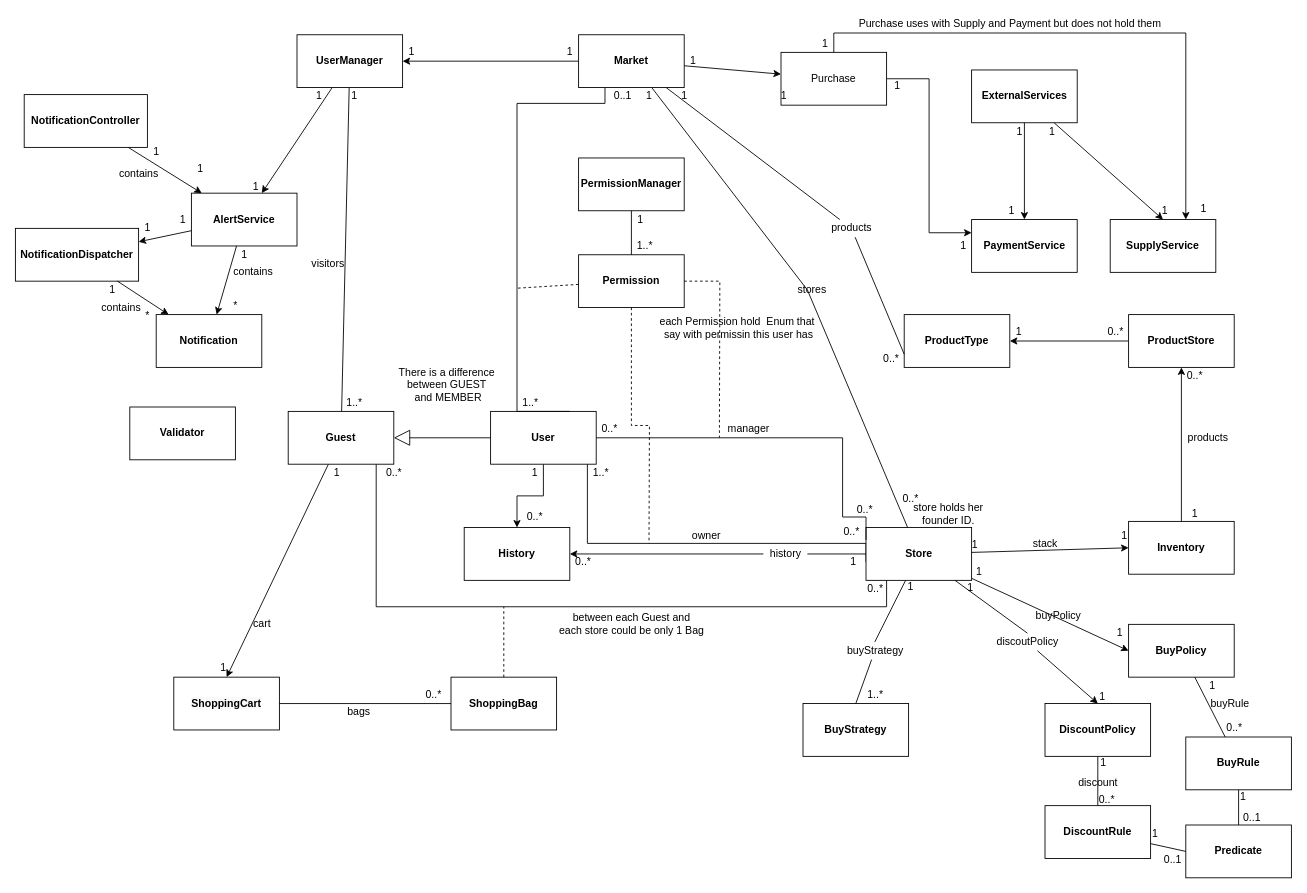
Earlier version of the draw.io diagram Files/version 2 - files/white diagram.drawio (Sadna-Market/Market). Source tidied: cells renumbered, new cells numbered last; positions are measured from the earlier drawing's top-left corner, leaving out a move shared by most shapes. Both pictures are drawn from the tidied source at 88%, with x=0, y=0 at pixel (15, 15).
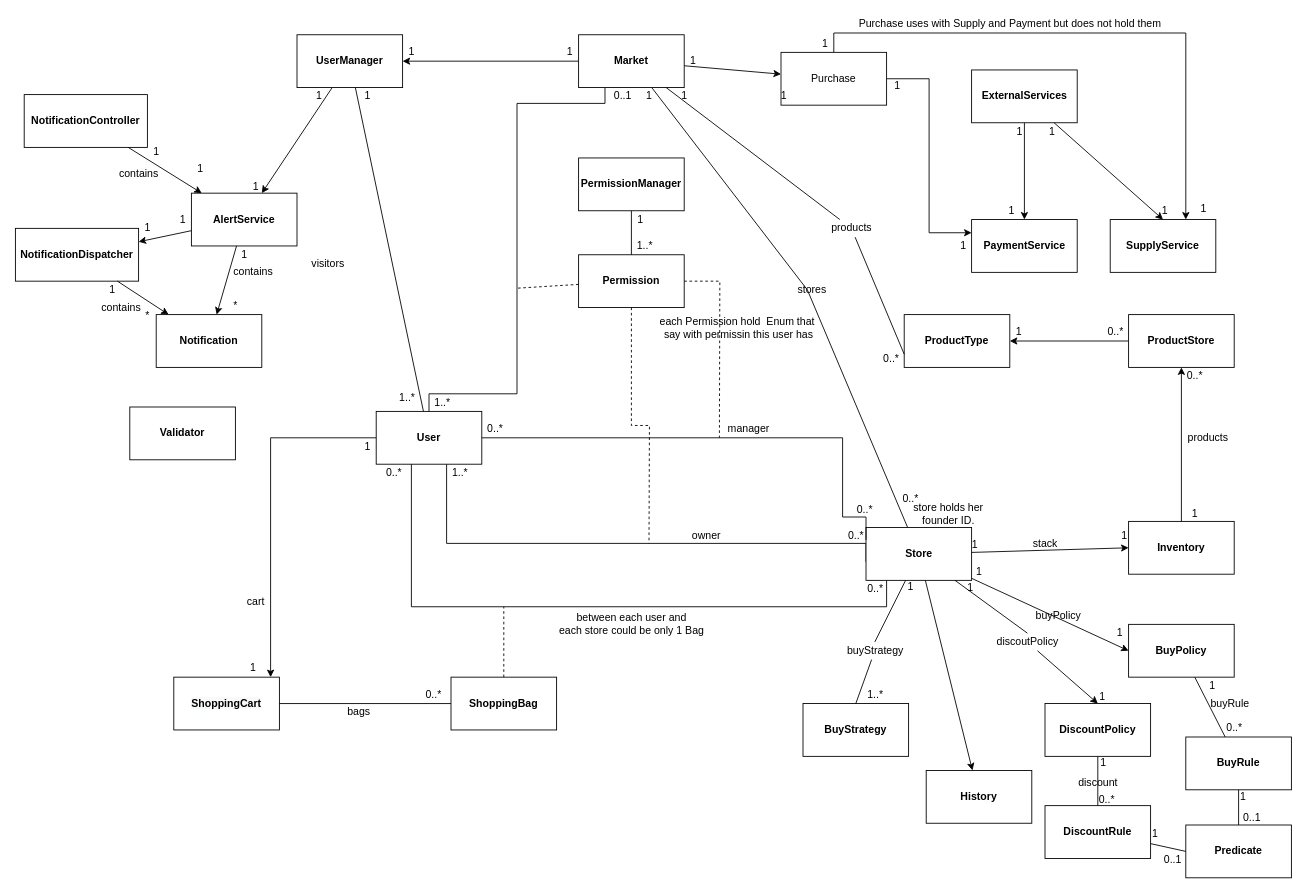
The same page after the edit.

Commit message (it also covers changes not shown here):
fixed white diagram

Unchanged cells that the change refers to:
```xml
<mxCell id="4" value="&lt;span style=&quot;font-weight: 700&quot;&gt;UserManager&lt;/span&gt;" style="rounded=0;whiteSpace=wrap;html=1;" parent="1" vertex="1">
  <mxGeometry x="320" y="22" width="120" height="60" as="geometry" />
</mxCell>
<mxCell id="9" value="&#10;&#10;&lt;span style=&quot;color: rgb(0, 0, 0); font-family: helvetica; font-size: 12px; font-style: normal; font-weight: 700; letter-spacing: normal; text-align: center; text-indent: 0px; text-transform: none; word-spacing: 0px; background-color: rgb(248, 249, 250); display: inline; float: none;&quot;&gt;ShoppingCart&lt;/span&gt;&#10;&#10;" style="rounded=0;whiteSpace=wrap;html=1;" parent="1" vertex="1">
  <mxGeometry x="180" y="752" width="120" height="60" as="geometry" />
</mxCell>
<mxCell id="12" value="&lt;span style=&quot;font-weight: 700&quot;&gt;Store&lt;/span&gt;" style="rounded=0;whiteSpace=wrap;html=1;" parent="1" vertex="1">
  <mxGeometry x="966.6" y="582" width="120" height="60" as="geometry" />
</mxCell>
<mxCell id="40" value="&lt;span style=&quot;font-weight: 700&quot;&gt;Market&lt;/span&gt;" style="rounded=0;whiteSpace=wrap;html=1;" parent="1" vertex="1">
  <mxGeometry x="640" y="22" width="120" height="60" as="geometry" />
</mxCell>
```

The edit, as a diff of the source:
```diff
@@
     <mxCell id="2" value="cart" style="text;html=1;align=center;verticalAlign=middle;" parent="1" vertex="1">
-      <mxGeometry x="260" y="682" width="40" height="20" as="geometry" />
+      <mxGeometry x="253" y="657" width="40" height="20" as="geometry" />
     </mxCell>
@@
     <mxCell id="5" value="1..*" style="text;html=1;align=center;verticalAlign=middle;strokeColor=none;fillColor=none;" parent="1" vertex="1">
-      <mxGeometry x="370" y="430" width="30" height="20" as="geometry" />
+      <mxGeometry x="430" y="425" width="30" height="20" as="geometry" />
     </mxCell>
     <mxCell id="6" style="edgeStyle=orthogonalEdgeStyle;rounded=0;jettySize=auto;html=1;endArrow=none;endFill=0;elbow=vertical;" parent="1" edge="1" source="8">
       <mxGeometry relative="1" as="geometry">
         <mxPoint x="966.6" y="621" as="targetPoint" />
         <Array as="points">
-          <mxPoint x="650" y="600" />
+          <mxPoint x="490" y="600" />
           <mxPoint x="967" y="600" />
         </Array>
       </mxGeometry>
     </mxCell>
-    <mxCell id="7" style="edgeStyle=orthogonalEdgeStyle;rounded=0;jettySize=auto;html=1;entryX=0.5;entryY=0;entryDx=0;entryDy=0;" parent="1" edge="1" source="8" target="47">
-      <mxGeometry relative="1" as="geometry" />
-    </mxCell>
     <mxCell id="8" value="&lt;span style=&quot;font-weight: 700&quot;&gt;User&lt;/span&gt;" style="rounded=0;whiteSpace=wrap;html=1;" parent="1" vertex="1">
-      <mxGeometry x="540" y="450" width="120" height="60" as="geometry" />
+      <mxGeometry x="410" y="450" width="120" height="60" as="geometry" />
     </mxCell>
@@
-    <mxCell id="10" style="edgeStyle=none;rounded=0;jettySize=auto;html=1;entryX=0.5;entryY=0;entryDx=0;entryDy=0;endArrow=classic;endFill=1;" parent="1" edge="1" source="119" target="9">
-      <mxGeometry relative="1" as="geometry" />
+    <mxCell id="10" style="edgeStyle=orthogonalEdgeStyle;rounded=0;jettySize=auto;html=1;endArrow=classic;endFill=1;" parent="1" edge="1" source="8" target="9">
+      <mxGeometry relative="1" as="geometry">
+        <Array as="points">
+          <mxPoint x="290" y="480" />
+        </Array>
+      </mxGeometry>
     </mxCell>
     <mxCell id="11" value="1" style="text;html=1;align=center;verticalAlign=middle;strokeColor=none;fillColor=none;" parent="1" vertex="1">
-      <mxGeometry x="226" y="732" width="20" height="20" as="geometry" />
+      <mxGeometry x="260" y="732" width="20" height="20" as="geometry" />
     </mxCell>
@@
-    <mxCell id="13" style="rounded=0;jettySize=auto;html=1;endArrow=none;endFill=0;elbow=vertical;edgeStyle=orthogonalEdgeStyle;" parent="1" edge="1" source="119" target="12">
+    <mxCell id="13" style="rounded=0;jettySize=auto;html=1;endArrow=none;endFill=0;elbow=vertical;edgeStyle=orthogonalEdgeStyle;" parent="1" edge="1" source="8" target="12">
       <mxGeometry relative="1" as="geometry">
         <Array as="points">
-          <mxPoint x="410" y="672" />
+          <mxPoint x="450" y="672" />
           <mxPoint x="990" y="672" />
         </Array>
       </mxGeometry>
     </mxCell>
@@
     <mxCell id="18" value="1" style="text;html=1;align=center;verticalAlign=middle;strokeColor=none;fillColor=none;" parent="1" vertex="1">
-      <mxGeometry x="375" y="82" width="20" height="20" as="geometry" />
+      <mxGeometry x="390" y="82" width="20" height="20" as="geometry" />
     </mxCell>
@@
     <mxCell id="29" value="1" style="text;html=1;align=center;verticalAlign=middle;strokeColor=none;fillColor=none;" parent="1" vertex="1">
-      <mxGeometry x="355" y="510" width="20" height="20" as="geometry" />
+      <mxGeometry x="390" y="480" width="20" height="20" as="geometry" />
     </mxCell>
@@
     <mxCell id="33" value="1..*" style="text;html=1;align=center;verticalAlign=middle;strokeColor=none;fillColor=none;" parent="1" vertex="1">
-      <mxGeometry x="650" y="510" width="30" height="20" as="geometry" />
+      <mxGeometry x="490" y="510" width="30" height="20" as="geometry" />
     </mxCell>
     <mxCell id="34" value="0..*" style="text;html=1;align=center;verticalAlign=middle;strokeColor=none;fillColor=none;" parent="1" vertex="1">
-      <mxGeometry x="935" y="577" width="30" height="20" as="geometry" />
+      <mxGeometry x="940" y="582" width="30" height="20" as="geometry" />
     </mxCell>
     <mxCell id="35" value="0..*" style="text;html=1;align=center;verticalAlign=middle;strokeColor=none;fillColor=none;" parent="1" vertex="1">
-      <mxGeometry x="660" y="460" width="30" height="20" as="geometry" />
+      <mxGeometry x="530" y="460" width="30" height="20" as="geometry" />
     </mxCell>
@@
-    <mxCell id="37" style="rounded=0;jettySize=auto;html=1;entryX=0.75;entryY=0;entryDx=0;entryDy=0;endArrow=none;endFill=0;elbow=vertical;edgeStyle=orthogonalEdgeStyle;" parent="1" edge="1" source="40" target="8">
+    <mxCell id="37" style="rounded=0;jettySize=auto;html=1;endArrow=none;endFill=0;elbow=vertical;edgeStyle=orthogonalEdgeStyle;" parent="1" edge="1" source="40" target="8">
       <mxGeometry relative="1" as="geometry">
         <Array as="points">
           <mxPoint x="670" y="100" />
           <mxPoint x="570" y="100" />
-          <mxPoint x="570" y="450" />
+          <mxPoint x="570" y="430" />
+          <mxPoint x="470" y="430" />
         </Array>
       </mxGeometry>
     </mxCell>
@@
     <mxCell id="41" value="1..*" style="text;html=1;align=center;verticalAlign=middle;strokeColor=none;fillColor=none;" parent="1" vertex="1">
-      <mxGeometry x="570" y="430" width="30" height="20" as="geometry" />
+      <mxGeometry x="470" y="430" width="30" height="20" as="geometry" />
     </mxCell>
@@
     <mxCell id="47" value="&lt;span style=&quot;font-weight: 700&quot;&gt;History&lt;/span&gt;" style="rounded=0;whiteSpace=wrap;html=1;" parent="1" vertex="1">
-      <mxGeometry x="510" y="582" width="120" height="60" as="geometry" />
+      <mxGeometry x="1035" y="858" width="120" height="60" as="geometry" />
     </mxCell>
-    <mxCell id="48" value="1" style="text;html=1;align=center;verticalAlign=middle;strokeColor=none;fillColor=none;" parent="1" vertex="1">
-      <mxGeometry x="941.6" y="611" width="20" height="20" as="geometry" />
-    </mxCell>
-    <mxCell id="49" value="0..*" style="text;html=1;align=center;verticalAlign=middle;strokeColor=none;fillColor=none;" parent="1" vertex="1">
-      <mxGeometry x="630" y="611" width="30" height="20" as="geometry" />
-    </mxCell>
@@
-    <mxCell id="59" style="edgeStyle=none;rounded=0;jettySize=auto;html=1;endArrow=none;endFill=0;startArrow=none;" parent="1" edge="1" source="4" target="119">
+    <mxCell id="59" style="edgeStyle=none;rounded=0;jettySize=auto;html=1;endArrow=none;endFill=0;startArrow=none;" parent="1" edge="1" source="4" target="8">
       <mxGeometry relative="1" as="geometry" />
     </mxCell>
@@
-    <mxCell id="63" value="history" style="text;html=1;align=center;verticalAlign=middle;points=[];" parent="1" vertex="1">
-      <mxGeometry x="850" y="602" width="50" height="20" as="geometry" />
-    </mxCell>
-    <mxCell id="64" style="edgeStyle=none;rounded=0;jettySize=auto;html=1;endArrow=classic;endFill=1;elbow=vertical;startArrow=none;" parent="1" edge="1" source="63" target="47">
+    <mxCell id="64" style="edgeStyle=none;rounded=0;jettySize=auto;html=1;endArrow=classic;endFill=1;elbow=vertical;startArrow=none;" parent="1" edge="1" source="12" target="47">
       <mxGeometry relative="1" as="geometry" />
     </mxCell>
-    <mxCell id="65" style="edgeStyle=none;rounded=0;jettySize=auto;html=1;endArrow=none;endFill=1;elbow=vertical;" parent="1" edge="1" source="12" target="63">
-      <mxGeometry relative="1" as="geometry" />
-    </mxCell>
@@
-    <mxCell id="92" value="There is a difference&lt;br&gt;between GUEST&lt;br&gt;&amp;nbsp;and MEMBER" style="text;html=1;align=center;verticalAlign=middle;strokeColor=none;fillColor=none;" parent="1" vertex="1">
-      <mxGeometry x="430" y="395" width="120" height="50" as="geometry" />
-    </mxCell>
@@
-    <mxCell id="98" value="between each Guest and&lt;br&gt;each store could be only 1 Bag" style="text;html=1;align=center;verticalAlign=middle;strokeColor=none;fillColor=none;" parent="1" vertex="1">
+    <mxCell id="98" value="between each user and&lt;br&gt;each store could be only 1 Bag" style="text;html=1;align=center;verticalAlign=middle;strokeColor=none;fillColor=none;" parent="1" vertex="1">
       <mxGeometry x="610" y="677" width="180" height="30" as="geometry" />
     </mxCell>
@@
-    <mxCell id="119" value="&lt;span style=&quot;font-weight: 700&quot;&gt;Guest&lt;/span&gt;" style="rounded=0;whiteSpace=wrap;html=1;" parent="1" vertex="1">
-      <mxGeometry x="310" y="450" width="120" height="60" as="geometry" />
-    </mxCell>
-    <mxCell id="120" style="endArrow=block;endSize=16;endFill=0;html=1;rounded=0;" parent="1" edge="1" source="8" target="119">
-      <mxGeometry relative="1" as="geometry" />
-    </mxCell>
@@
-    <mxCell id="128" value="1" style="text;html=1;align=center;verticalAlign=middle;strokeColor=none;fillColor=none;" parent="1" vertex="1">
-      <mxGeometry x="580" y="510" width="20" height="20" as="geometry" />
-    </mxCell>
-    <mxCell id="129" value="0..*" style="text;html=1;align=center;verticalAlign=middle;strokeColor=none;fillColor=none;" parent="1" vertex="1">
-      <mxGeometry x="575" y="560" width="30" height="20" as="geometry" />
-    </mxCell>
```
